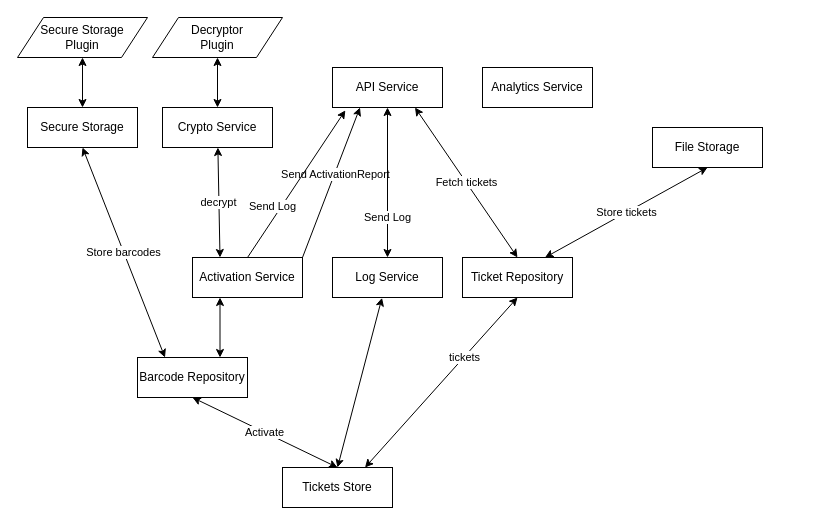
tixngo/diagram keeps this draw.io diagram as newarchi.drawio. Above is the earlier version. Source tidied: cells renumbered, new cells numbered last; positions are measured from the earlier drawing's top-left corner, leaving out a move shared by most shapes. Both pictures are drawn from the tidied source at 100%, with x=0, y=0 at pixel (17, 17).
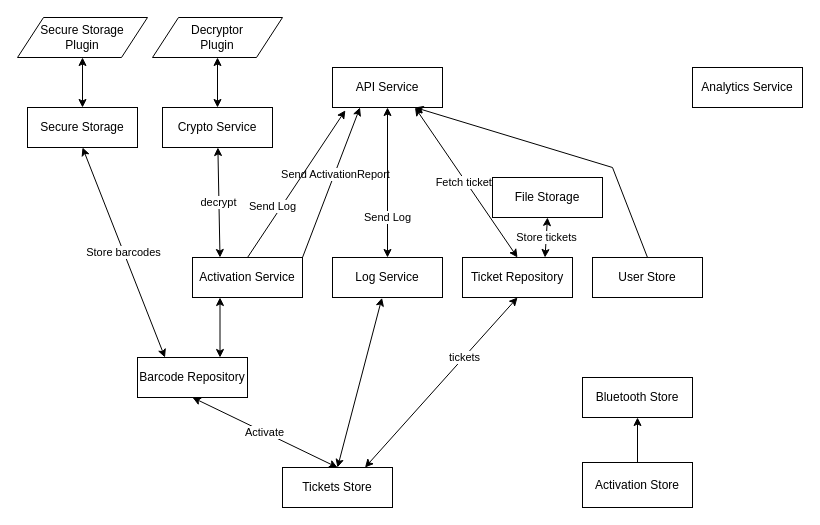
Above is the later version.

Unchanged cells that the change refers to:
```xml
<mxCell id="5" value="API Service" style="rounded=0;whiteSpace=wrap;html=1;" parent="1" vertex="1">
  <mxGeometry x="315" y="50" width="110" height="40" as="geometry" />
</mxCell>
```

What changed in the source:
```diff
@@
     <mxCell id="19" value="File Storage" style="rounded=0;whiteSpace=wrap;html=1;" parent="1" vertex="1">
-      <mxGeometry x="635" y="110" width="110" height="40" as="geometry" />
+      <mxGeometry x="475" y="160" width="110" height="40" as="geometry" />
     </mxCell>
@@
     <mxCell id="26" value="Analytics Service" style="rounded=0;whiteSpace=wrap;html=1;" parent="1" vertex="1">
-      <mxGeometry x="465" y="50" width="110" height="40" as="geometry" />
+      <mxGeometry x="675" y="50" width="110" height="40" as="geometry" />
     </mxCell>
+    <mxCell id="27" style="edgeStyle=none;rounded=0;comic=0;jettySize=auto;html=1;exitX=0.5;exitY=0;exitDx=0;exitDy=0;entryX=0.75;entryY=1;entryDx=0;entryDy=0;shadow=0;startArrow=none;startFill=0;" parent="1" edge="1" source="28" target="5">
+      <mxGeometry relative="1" as="geometry">
+        <Array as="points">
+          <mxPoint x="595" y="150" />
+        </Array>
+      </mxGeometry>
+    </mxCell>
+    <mxCell id="28" value="User Store" style="rounded=0;whiteSpace=wrap;html=1;" parent="1" vertex="1">
+      <mxGeometry x="575" y="240" width="110" height="40" as="geometry" />
+    </mxCell>
+    <mxCell id="29" value="Bluetooth Store" style="rounded=0;whiteSpace=wrap;html=1;" parent="1" vertex="1">
+      <mxGeometry x="565" y="360" width="110" height="40" as="geometry" />
+    </mxCell>
+    <mxCell id="30" style="edgeStyle=none;rounded=0;comic=0;jettySize=auto;html=1;exitX=0.5;exitY=0;exitDx=0;exitDy=0;entryX=0.5;entryY=1;entryDx=0;entryDy=0;shadow=0;startArrow=none;startFill=0;" parent="1" edge="1" source="31" target="29">
+      <mxGeometry relative="1" as="geometry" />
+    </mxCell>
+    <mxCell id="31" value="Activation Store" style="rounded=0;whiteSpace=wrap;html=1;" parent="1" vertex="1">
+      <mxGeometry x="565" y="445" width="110" height="45" as="geometry" />
+    </mxCell>
```
